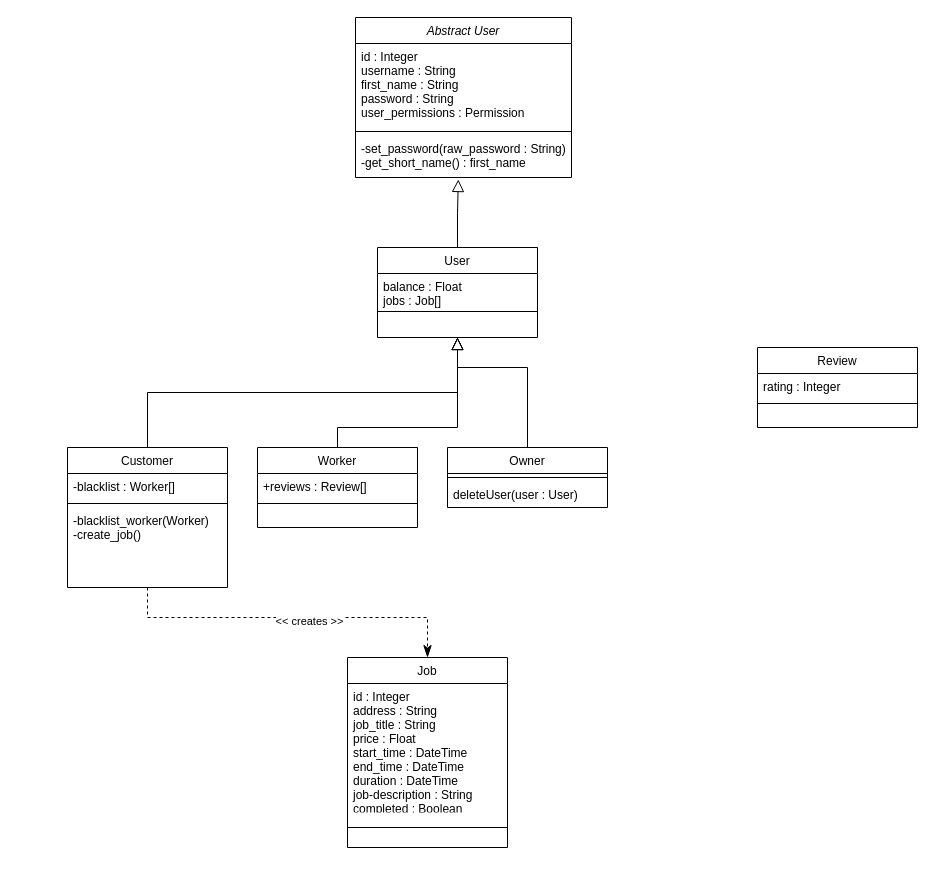
Earlier version of the draw.io diagram docs/uml/odd-jobs.drawio (504knight/7-little-ducklings). Source tidied: cells renumbered, new cells numbered last; positions are measured from the earlier drawing's top-left corner, leaving out a move shared by most shapes. Both pictures are drawn from the tidied source at 100%, with x=0, y=0 at pixel (67, 17).
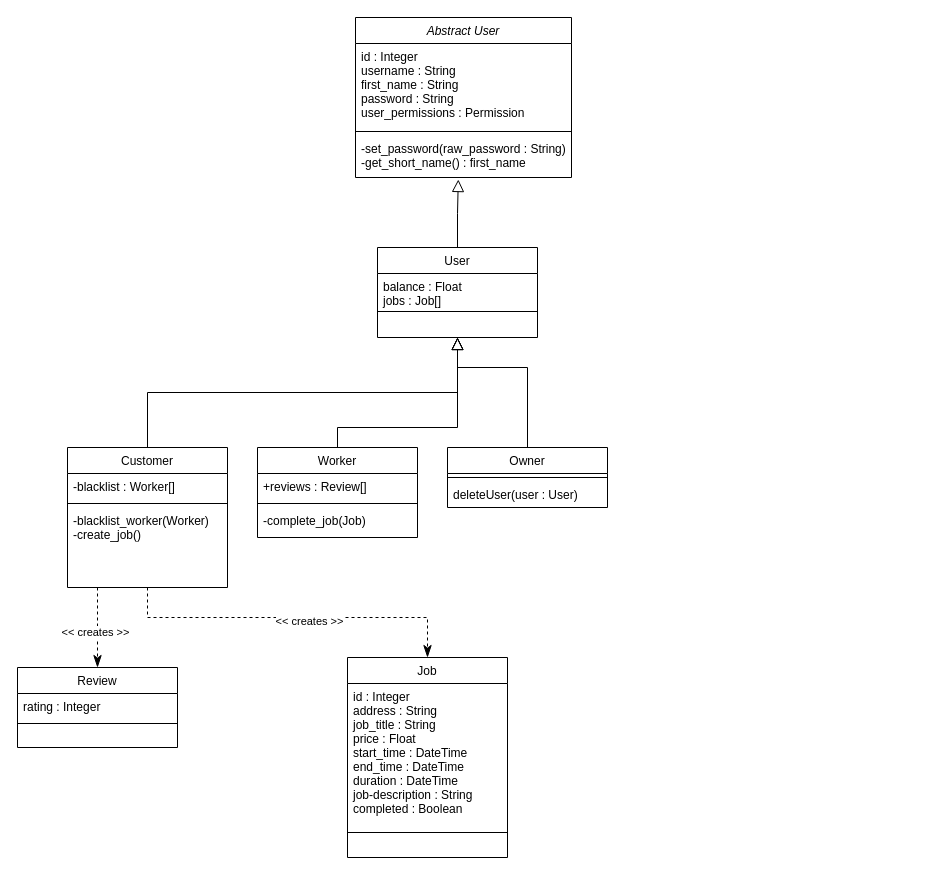
Above is the later version.

Commit message (it also covers changes not shown here):
changed diagram to show customer creating reviews and worker completing jobs

The change refers to these unchanged cells:
```xml
<mxCell id="5" value="Customer" style="swimlane;fontStyle=0;align=center;verticalAlign=top;horizontal=1;startSize=26;rounded=0;shadow=0;strokeWidth=1;" parent="1" vertex="1">
  <mxGeometry y="430" width="160" height="140" as="geometry" />
</mxCell>
```

Change to the diagram source:
```diff
@@
     <mxCell id="11" value="Review" style="swimlane;fontStyle=0;align=center;verticalAlign=top;horizontal=1;startSize=26;rounded=0;shadow=0;strokeWidth=1;" parent="1" vertex="1">
-      <mxGeometry x="690" y="330" width="160" height="80" as="geometry" />
+      <mxGeometry x="-50" y="650" width="160" height="80" as="geometry" />
     </mxCell>
@@
     <mxCell id="20" value="Worker" style="swimlane;fontStyle=0;align=center;verticalAlign=top;horizontal=1;startSize=26;rounded=0;shadow=0;strokeWidth=1;" parent="1" vertex="1">
-      <mxGeometry x="190" y="430" width="160" height="80" as="geometry" />
+      <mxGeometry x="190" y="430" width="160" height="90" as="geometry" />
     </mxCell>
@@
+    <mxCell id="31" value="-complete_job(Job)" style="text;align=left;verticalAlign=top;spacingLeft=4;spacingRight=4;overflow=hidden;fontStyle=0;" parent="20" vertex="1">
+      <mxGeometry y="60" width="160" height="30" as="geometry" />
+    </mxCell>
@@
     <mxCell id="26" value="Job" style="swimlane;fontStyle=0;align=center;verticalAlign=top;horizontal=1;startSize=26;rounded=0;shadow=0;strokeWidth=1;" parent="1" vertex="1">
-      <mxGeometry x="280" y="640" width="160" height="190" as="geometry" />
+      <mxGeometry x="280" y="640" width="160" height="200" as="geometry" />
     </mxCell>
     <mxCell id="27" value="id : Integer&#10;address : String&#10;job_title : String&#10;price : Float&#10;start_time : DateTime&#10;end_time : DateTime&#10;duration : DateTime&#10;job-description : String&#10;completed : Boolean" style="text;align=left;verticalAlign=top;spacingLeft=4;spacingRight=4;overflow=hidden;" parent="26" vertex="1">
-      <mxGeometry y="26" width="160" height="124" as="geometry" />
+      <mxGeometry y="26" width="160" height="134" as="geometry" />
     </mxCell>
     <mxCell id="28" style="line;html=1;strokeWidth=1;align=left;verticalAlign=middle;spacingTop=-1;spacingLeft=3;spacingRight=3;labelPosition=right;" parent="26" vertex="1">
-      <mxGeometry y="150" width="160" height="40" as="geometry" />
+      <mxGeometry y="160" width="160" height="30" as="geometry" />
     </mxCell>
@@
+    <mxCell id="32" style="endArrow=classicThin;endSize=10;endFill=1;shadow=0;strokeWidth=1;rounded=0;edgeStyle=elbowEdgeStyle;elbow=vertical;entryX=0.5;entryY=0;entryDx=0;entryDy=0;dashed=1;" parent="1" edge="1" source="5" target="11">
+      <mxGeometry relative="1" as="geometry">
+        <Array as="points">
+          <mxPoint x="30" y="600" />
+        </Array>
+      </mxGeometry>
+    </mxCell>
+    <mxCell id="33" value="&amp;lt;&amp;lt; creates &amp;gt;&amp;gt;" style="edgeLabel;html=1;align=center;verticalAlign=middle;" parent="32" vertex="1">
+      <mxGeometry x="0.09" y="-3" relative="1" as="geometry" />
+    </mxCell>
```
